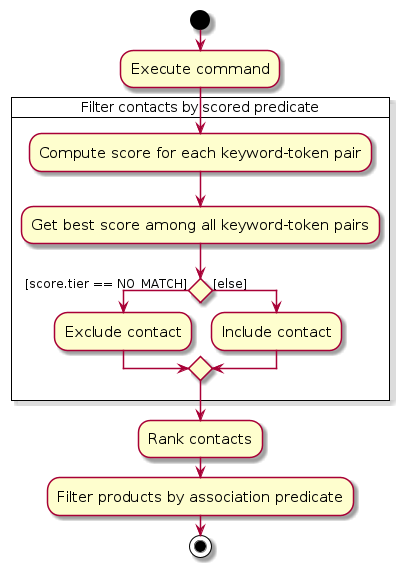
Above: diagrams/BetterSearchActivity.png in jolenechong/tp (PlantUML), before the change. Its source is kept beside it as diagrams/BetterSearchActivity.puml.
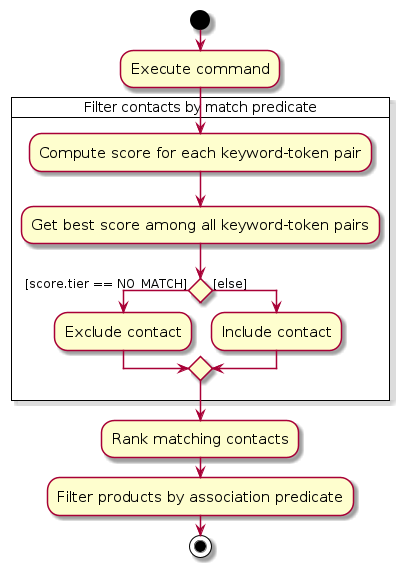
After the commit.

Change to the diagram source:
```diff
@@ -6,7 +6,7 @@
 start
 :Execute command;
 
-card Filter contacts by scored predicate {
+card Filter contacts by match predicate {
 :Compute score for each keyword-token pair;
 :Get best score among all keyword-token pairs;
     if () then ([score.tier == NO_MATCH])
@@ -16,7 +16,7 @@
     endif
 }
 
-:Rank contacts;
+:Rank matching contacts;
 :Filter products by association predicate;
 
 stop
```
